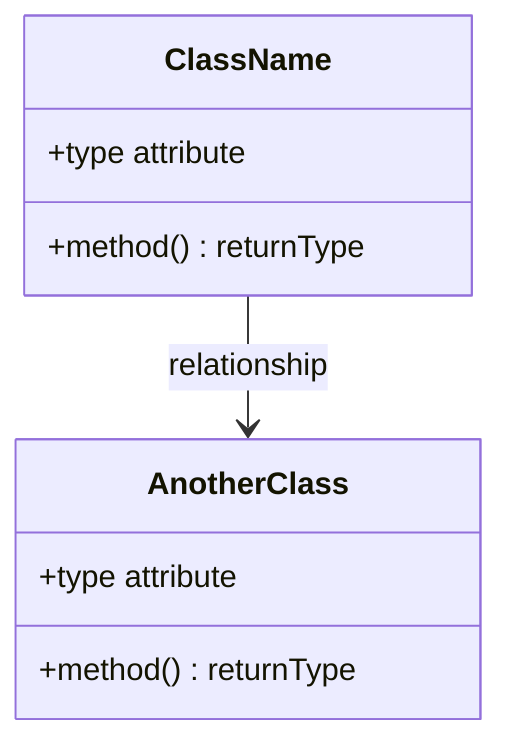
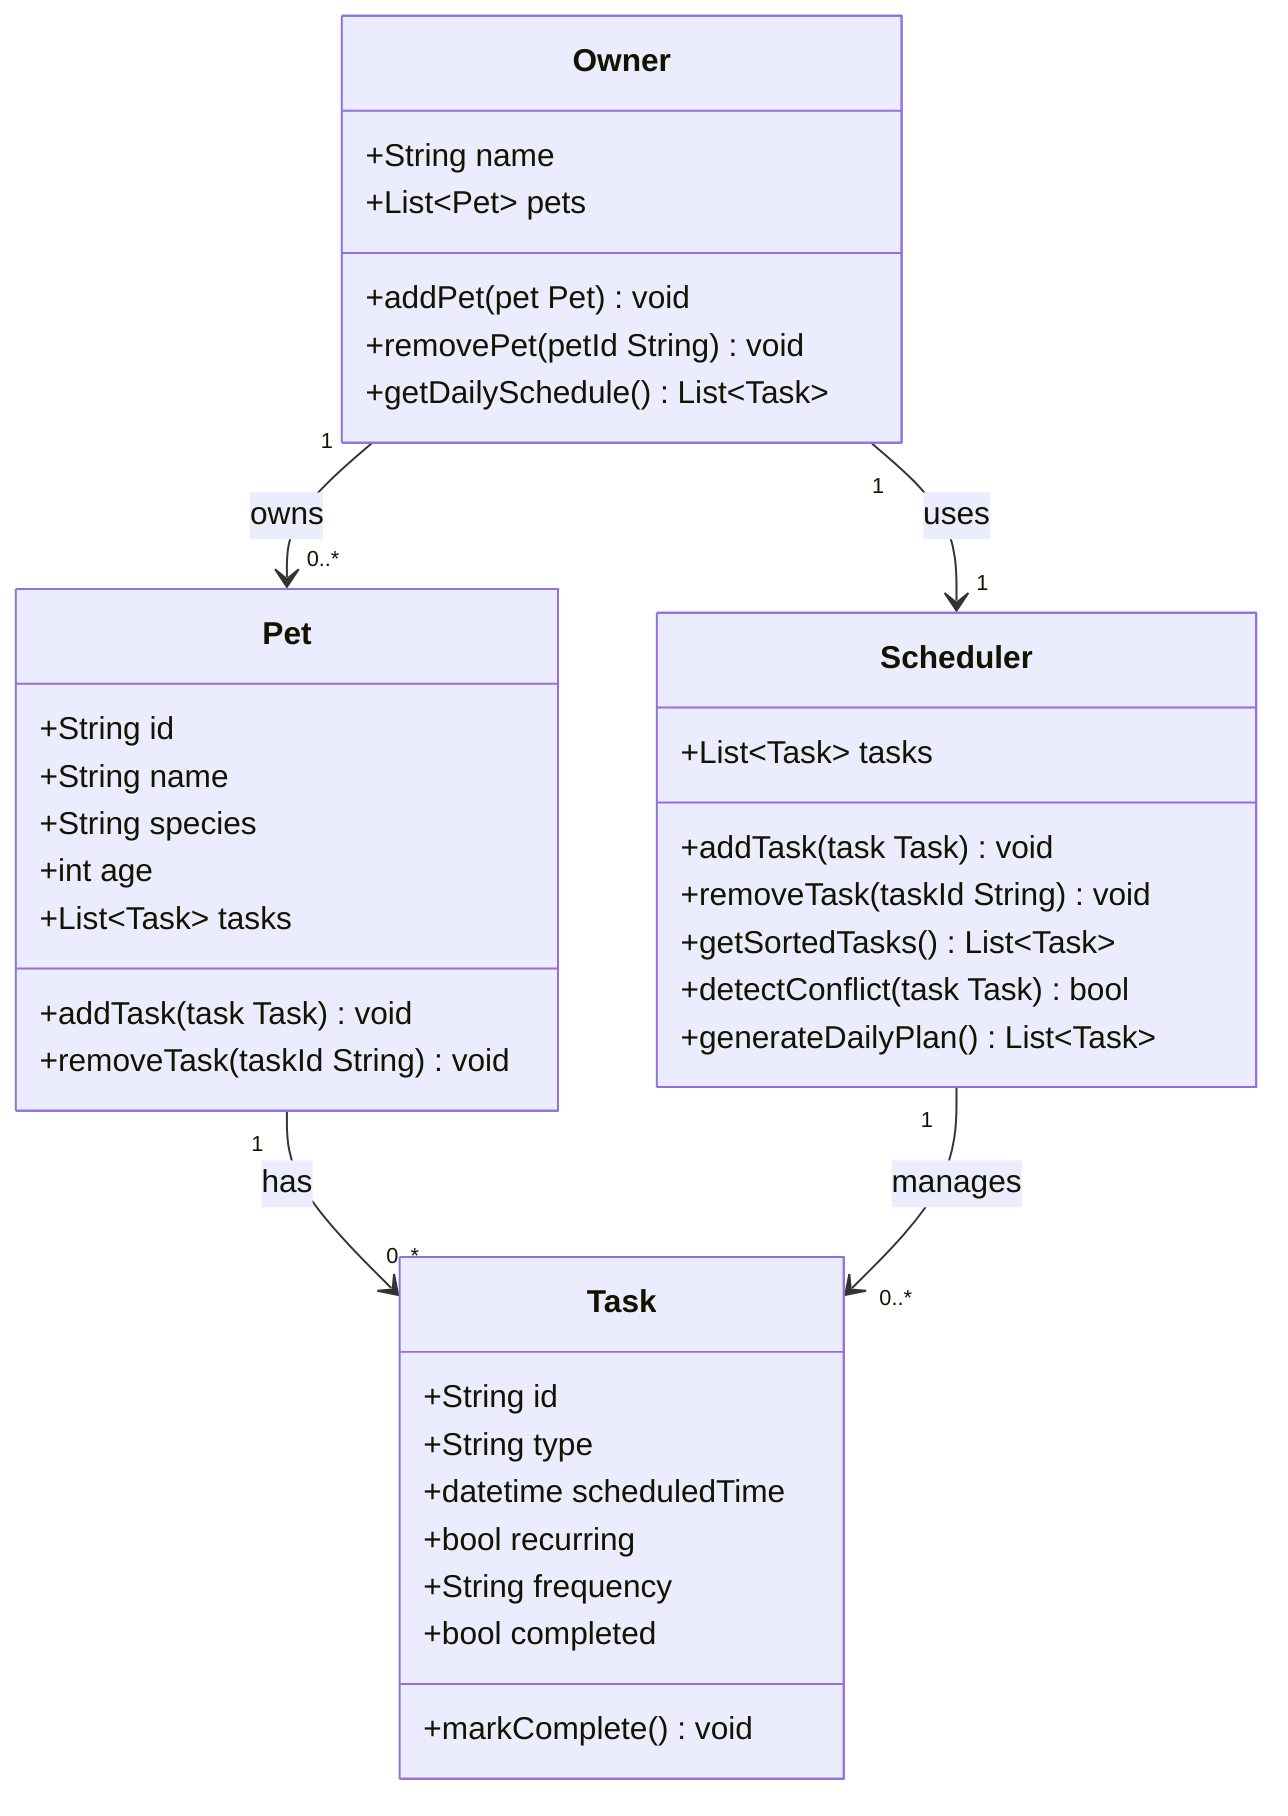
classDiagram
-     %% Replace the placeholders below with your actual classes, attributes, methods, and relationships.
-     %% Keep this file updated so it matches your final implementation.
- 
-     class ClassName {
-         +type attribute
-         +method() returnType
+     class Owner {
+         +String name
+         +List~Pet~ pets
+         +addPet(pet Pet) void
+         +removePet(petId String) void
+         +getDailySchedule() List~Task~
    }

-     class AnotherClass {
-         +type attribute
-         +method() returnType
+     class Pet {
+         +String id
+         +String name
+         +String species
+         +int age
+         +List~Task~ tasks
+         +addTask(task Task) void
+         +removeTask(taskId String) void
    }

-     ClassName --> AnotherClass : relationship
+     class Scheduler {
+         +List~Task~ tasks
+         +addTask(task Task) void
+         +removeTask(taskId String) void
+         +getSortedTasks() List~Task~
+         +detectConflict(task Task) bool
+         +generateDailyPlan() List~Task~
+     }
+ 
+     class Task {
+         +String id
+         +String type
+         +datetime scheduledTime
+         +bool recurring
+         +String frequency
+         +bool completed
+         +markComplete() void
+     }
+ 
+     Owner "1" --> "0..*" Pet : owns
+     Owner "1" --> "1" Scheduler : uses
+     Pet "1" --> "0..*" Task : has
+     Scheduler "1" --> "0..*" Task : manages
